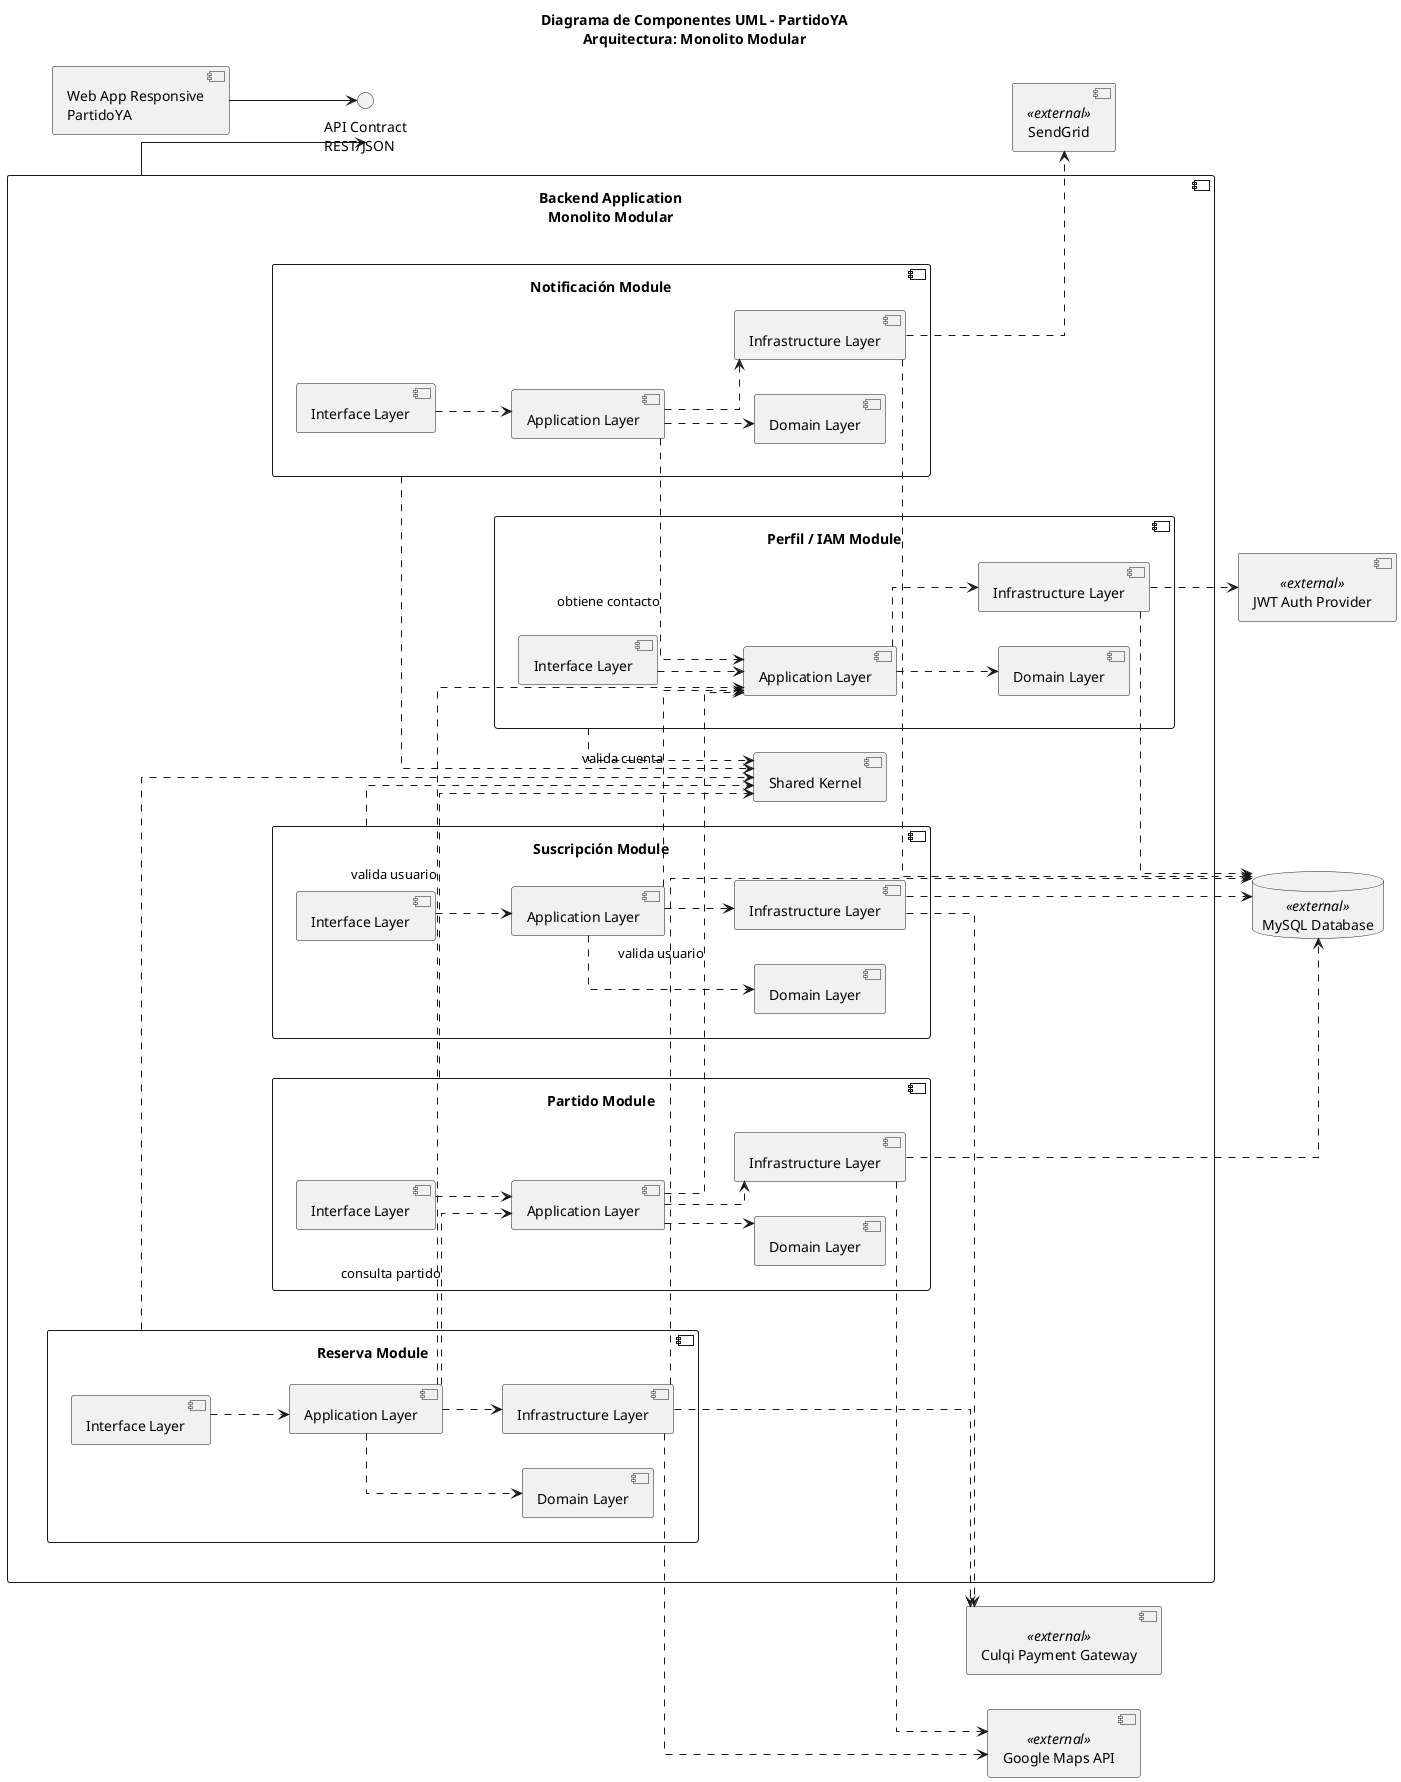
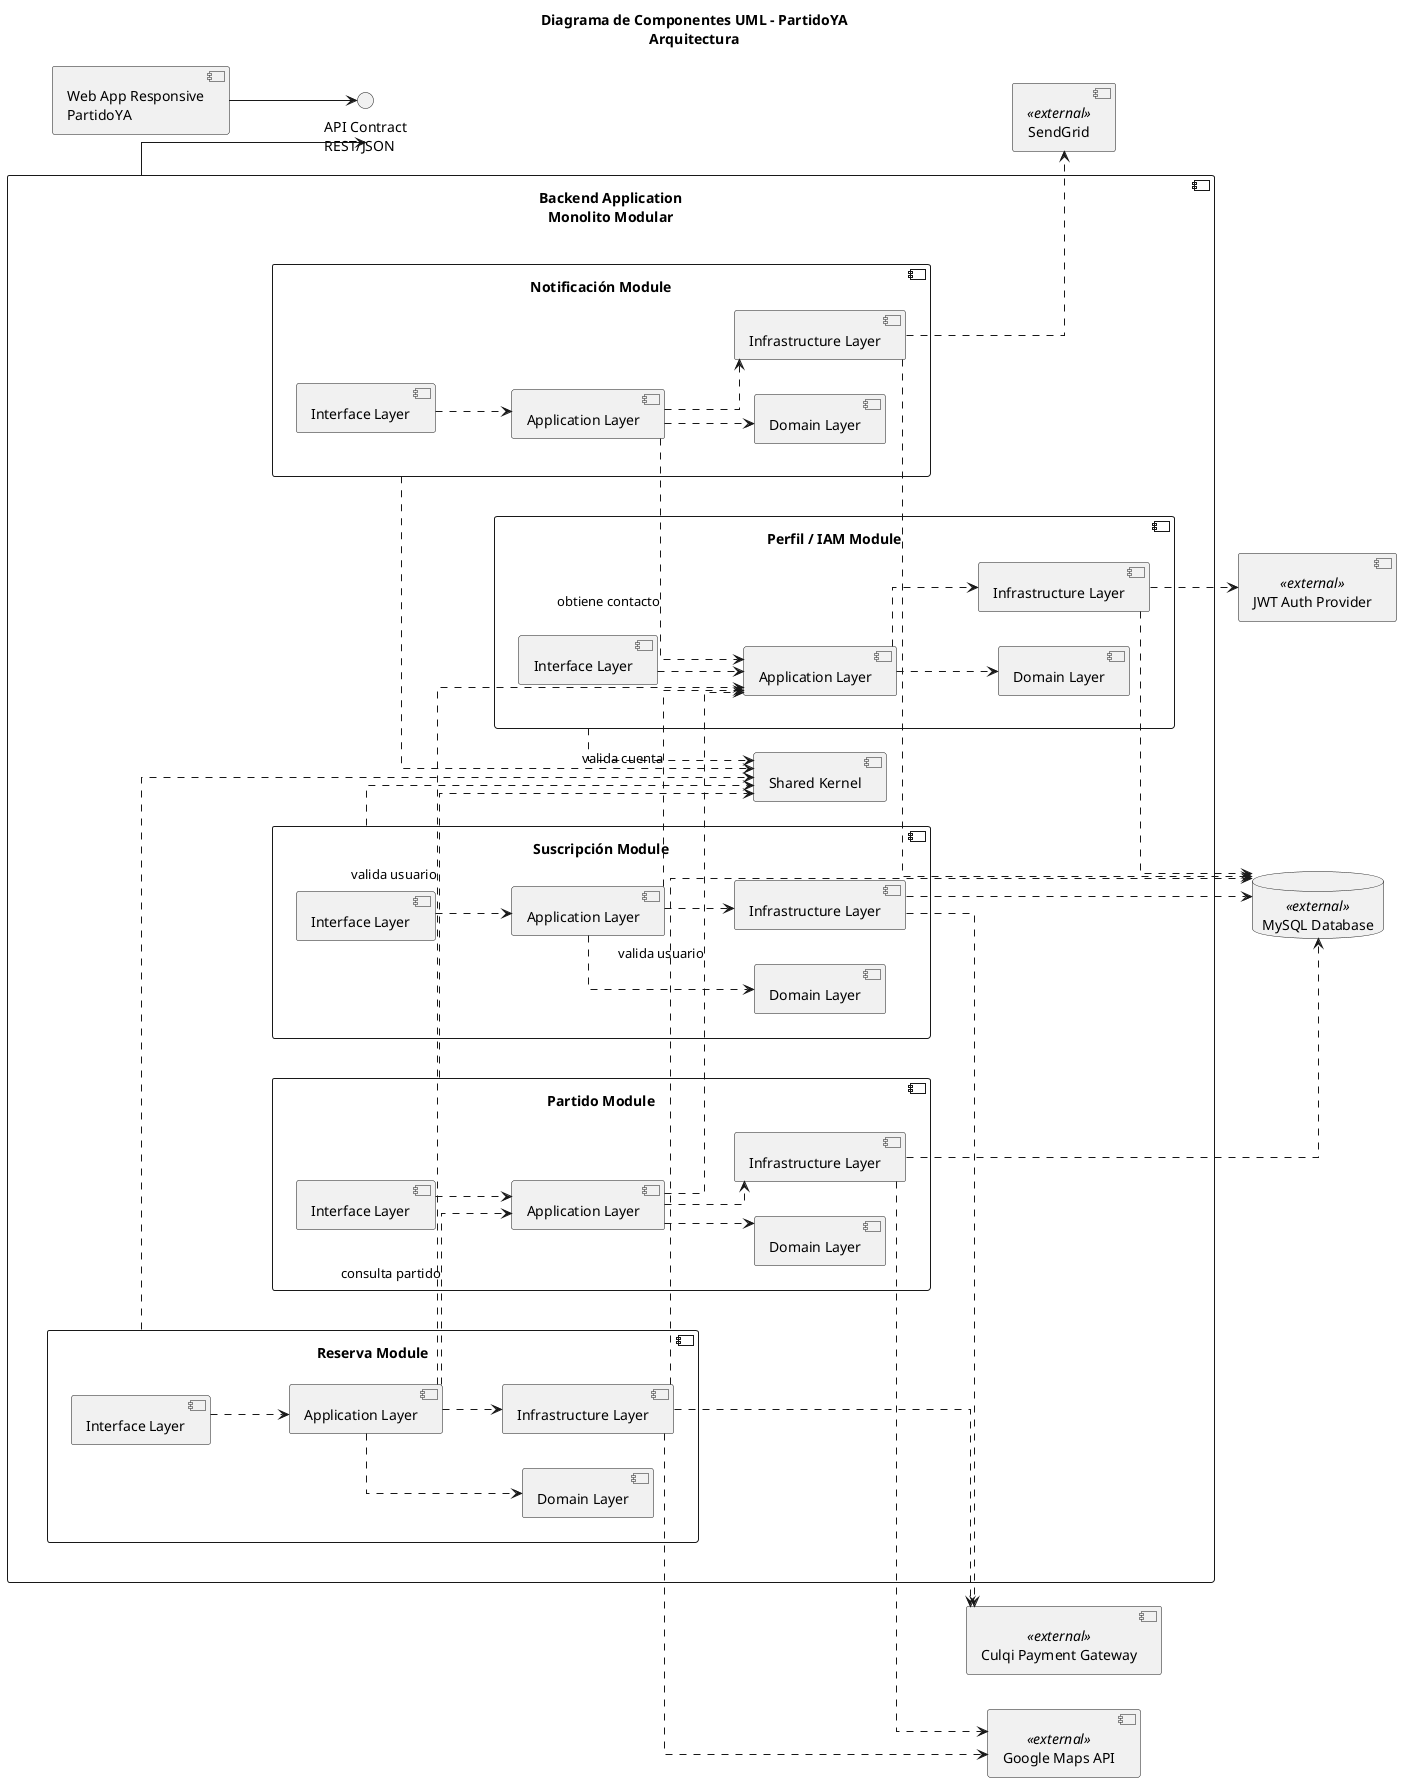
@startuml "Diagrama de Componentes UML - PartidoYA"

skinparam componentStyle uml2
skinparam linetype ortho
left to right direction

- title Diagrama de Componentes UML - PartidoYA\nArquitectura: Monolito Modular
+ title Diagrama de Componentes UML - PartidoYA\nArquitectura

interface "API Contract\nREST/JSON" as Contract

component "Web App Responsive\nPartidoYA" as WebApp

component "Backend Application\nMonolito Modular" as Backend {

  component "Perfil / IAM Module" as M_Perfil {
    component "Interface Layer" as P_Interface
    component "Application Layer" as P_Application
    component "Domain Layer" as P_Domain
    component "Infrastructure Layer" as P_Infrastructure
  }

  component "Partido Module" as M_Partido {
    component "Interface Layer" as PA_Interface
    component "Application Layer" as PA_Application
    component "Domain Layer" as PA_Domain
    component "Infrastructure Layer" as PA_Infrastructure
  }

  component "Reserva Module" as M_Reserva {
    component "Interface Layer" as R_Interface
    component "Application Layer" as R_Application
    component "Domain Layer" as R_Domain
    component "Infrastructure Layer" as R_Infrastructure
  }

  component "Suscripción Module" as M_Suscripcion {
    component "Interface Layer" as S_Interface
    component "Application Layer" as S_Application
    component "Domain Layer" as S_Domain
    component "Infrastructure Layer" as S_Infrastructure
  }

  component "Notificación Module" as M_Notificacion {
    component "Interface Layer" as N_Interface
    component "Application Layer" as N_Application
    component "Domain Layer" as N_Domain
    component "Infrastructure Layer" as N_Infrastructure
  }

  component "Shared Kernel" as Shared
}

database "MySQL Database" as MySQL <<external>>
component "JWT Auth Provider" as JWT <<external>>
component "Google Maps API" as GoogleMaps <<external>>
component "Culqi Payment Gateway" as Culqi <<external>>
component "SendGrid" as SendGrid <<external>>

WebApp --> Contract
Backend --> Contract

P_Interface ..> P_Application
P_Application ..> P_Domain
P_Application ..> P_Infrastructure

PA_Interface ..> PA_Application
PA_Application ..> PA_Domain
PA_Application ..> PA_Infrastructure

R_Interface ..> R_Application
R_Application ..> R_Domain
R_Application ..> R_Infrastructure

S_Interface ..> S_Application
S_Application ..> S_Domain
S_Application ..> S_Infrastructure

N_Interface ..> N_Application
N_Application ..> N_Domain
N_Application ..> N_Infrastructure

M_Perfil ..> Shared
M_Partido ..> Shared
M_Reserva ..> Shared
M_Suscripcion ..> Shared
M_Notificacion ..> Shared

PA_Application ..> P_Application : valida usuario
R_Application ..> P_Application : valida usuario
R_Application ..> PA_Application : consulta partido
S_Application ..> P_Application : valida cuenta
N_Application ..> P_Application : obtiene contacto

P_Infrastructure ..> MySQL
PA_Infrastructure ..> MySQL
R_Infrastructure ..> MySQL
S_Infrastructure ..> MySQL
N_Infrastructure ..> MySQL

P_Infrastructure ..> JWT
PA_Infrastructure ..> GoogleMaps
R_Infrastructure ..> GoogleMaps
R_Infrastructure ..> Culqi
S_Infrastructure ..> Culqi
N_Infrastructure ..> SendGrid

@enduml
